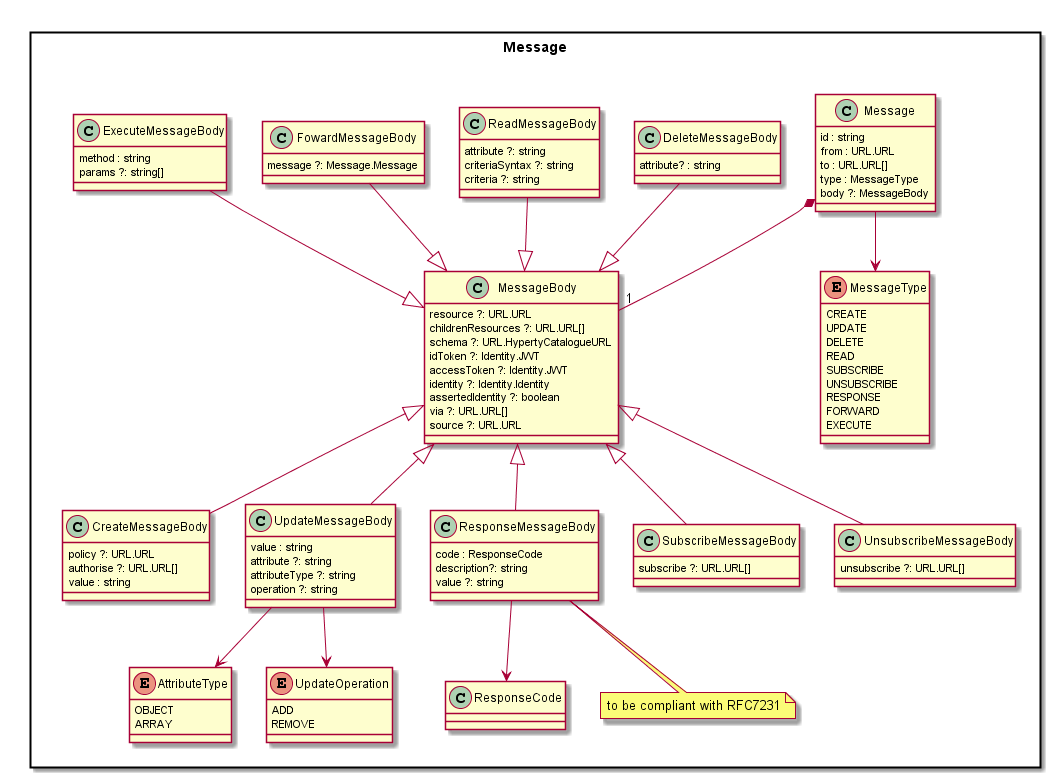
This is docs/datamodel/core/message/Message-Data-Model.png from reTHINK-project/dev-service-framework, a PlantUML export, as it was before one commit. Source of this version:
```plantuml
@startuml "../../docs/datamodel/core/message/Message-Data-Model.png"

package Message <<Rect>> {

	class Message {
		id : string
		from : URL.URL
		to : URL.URL[]
		type : MessageType
		body ?: MessageBody
	}

	class MessageBody {
		resource ?: URL.URL
		childrenResources ?: URL.URL[]
		schema ?: URL.HypertyCatalogueURL
		idToken ?: Identity.JWT
		accessToken ?: Identity.JWT
		identity ?: Identity.Identity
		assertedIdentity ?: boolean
		via ?: URL.URL[]
		source ?: URL.URL
	}

	class CreateMessageBody {
		policy ?: URL.URL
		authorise ?: URL.URL[]
		value : string
	}

	class UpdateMessageBody {
		value : string
		attribute ?: string
		attributeType ?: string
		operation ?: string
	}

	class ResponseCode {
	}

	class ResponseMessageBody {
		code : ResponseCode
		description?: string
		value ?: string
	}
	note bottom : to be compliant with RFC7231

	class DeleteMessageBody {
		attribute? : string
	}

	class ReadMessageBody {
		attribute ?: string
		criteriaSyntax ?: string
		criteria ?: string
	}

	class SubscribeMessageBody {
		subscribe ?: URL.URL[]
	}

	class UnsubscribeMessageBody {
		unsubscribe ?: URL.URL[]
	}

	class FowardMessageBody {
		message ?: Message.Message
	}

	class ExecuteMessageBody {
		method : string
		params ?: string[]
	}

	enum MessageType {
		CREATE
		UPDATE
		DELETE
		READ
		SUBSCRIBE
		UNSUBSCRIBE
		RESPONSE
		FORWARD
		EXECUTE
	}

	enum AttributeType {
	  	OBJECT
	  	ARRAY
	}

	enum UpdateOperation {
	  	ADD
	  	REMOVE
	}

	Message --> MessageType
	Message *-- "1" MessageBody

	CreateMessageBody -up-|> MessageBody
	UpdateMessageBody -up-|> MessageBody
	ResponseMessageBody -up-|> MessageBody
	SubscribeMessageBody -up-|> MessageBody
	UnsubscribeMessageBody -up-|> MessageBody
	DeleteMessageBody -down-|> MessageBody
	ReadMessageBody -down-|> MessageBody
	FowardMessageBody -down-|> MessageBody
	ExecuteMessageBody -down-|> MessageBody

	ResponseMessageBody --> ResponseCode
	UpdateMessageBody --> UpdateOperation
	UpdateMessageBody --> AttributeType
}

@enduml
```
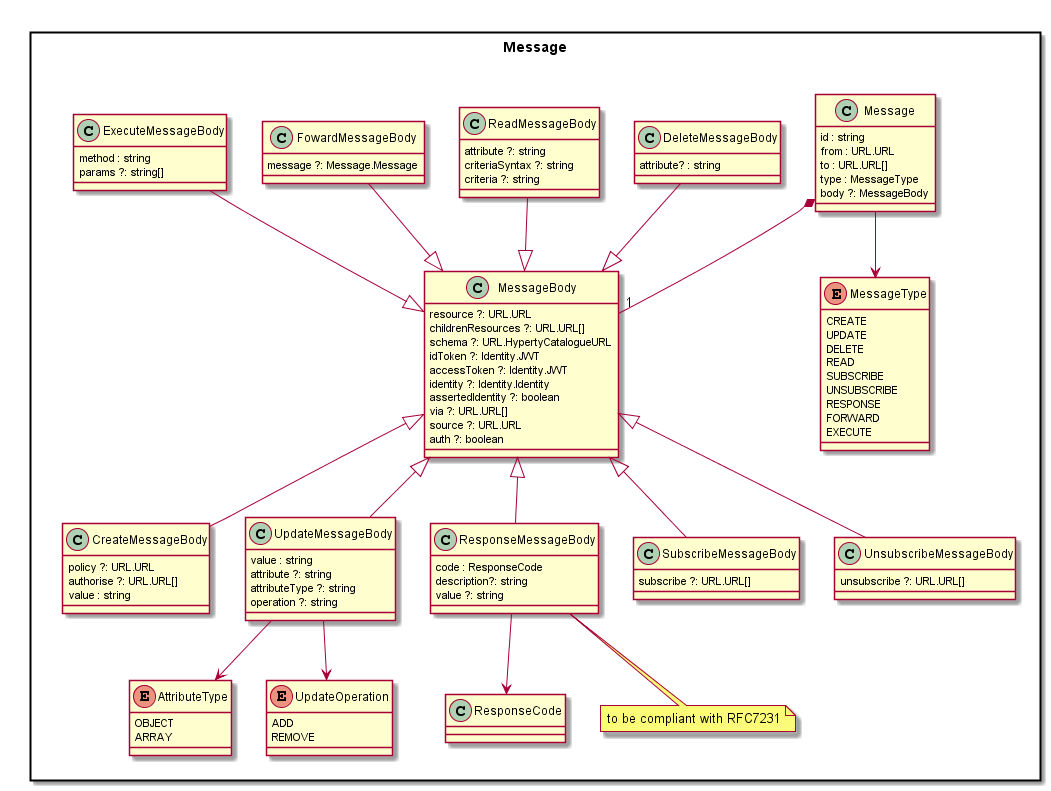
The same diagram one commit later.

Commit message:
added "auth" atribute to message.body to be used by policy engine

Change to the diagram source:
```diff
@@ -20,6 +20,7 @@
 		assertedIdentity ?: boolean
 		via ?: URL.URL[]
 		source ?: URL.URL
+		auth ?: boolean
 	}
 
 	class CreateMessageBody {
```
